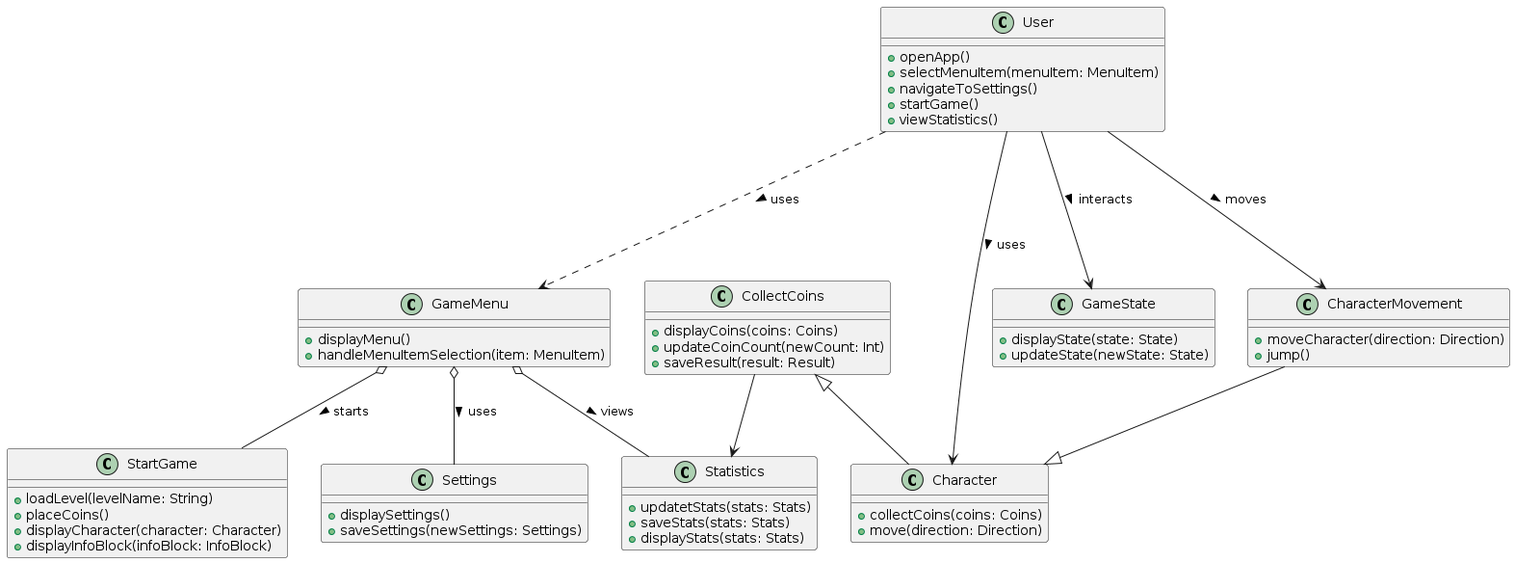
Muuuve/My-Project keeps this PlantUML diagram as docs/class_diagram.png. Above is the earlier version.
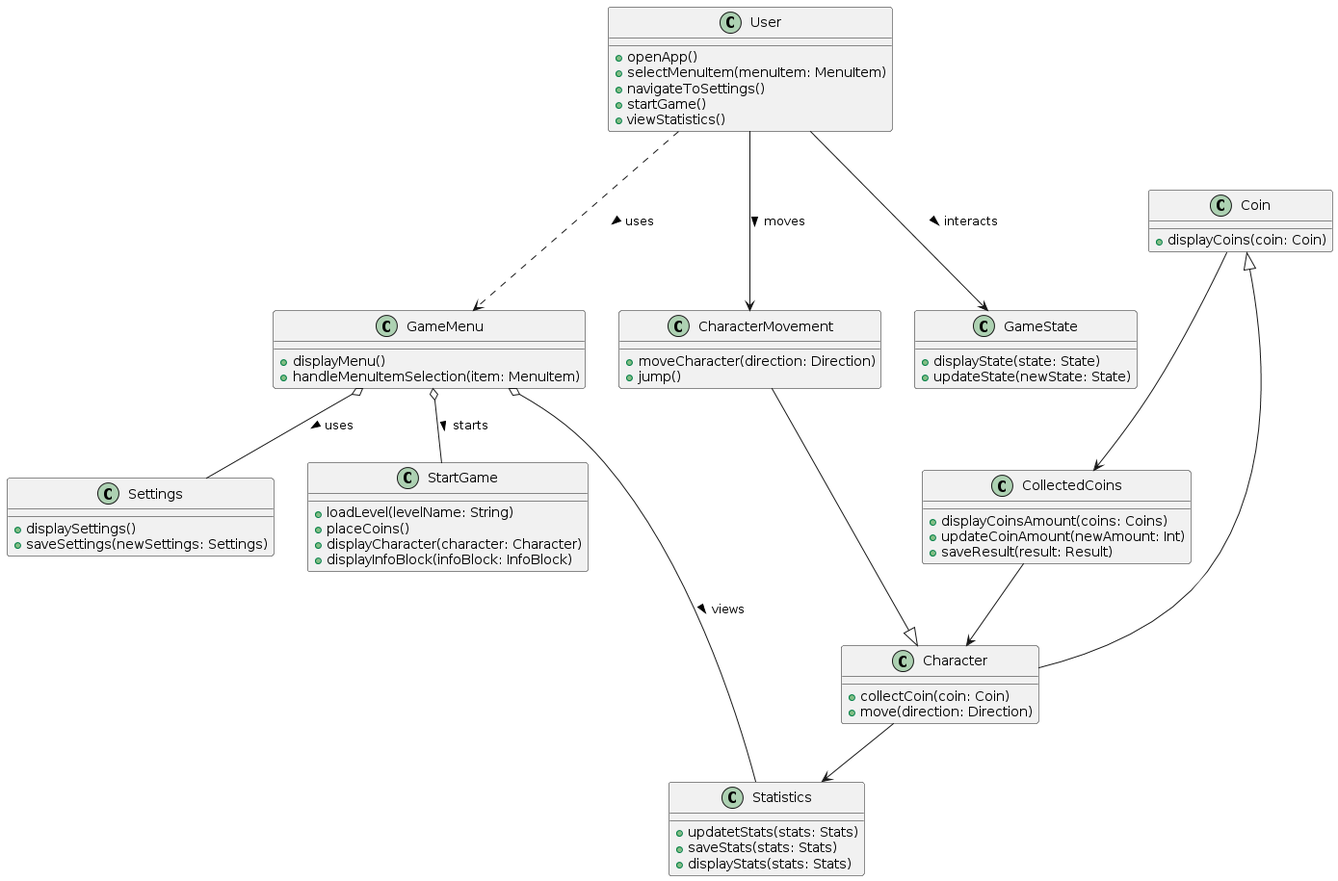
The same diagram one commit later.

Diff of the diagram source:
```diff
@@ -30,10 +30,15 @@
     +displayStats(stats: Stats)
 }
 
-class CollectCoins {
-    +displayCoins(coins: Coins)
-    +updateCoinCount(newCount: Int)
+class CollectedCoins {
+    +displayCoinsAmount(coins: Coins)
+    +updateCoinAmount(newAmount: Int)
     +saveResult(result: Result)
+}
+
+class Coin {
+    +displayCoins(coin: Coin)
+
 }
 
 class CharacterMovement {
@@ -42,7 +47,7 @@
 }
 
 class Character {
-    +collectCoins(coins: Coins)
+    +collectCoin(coin: Coin)
     +move(direction: Direction)
 }
 
@@ -52,15 +57,16 @@
 }
 
 User -.-> GameMenu : uses >
-User --->  Character : uses >
 User --->  CharacterMovement : moves >
 User --->  GameState : interacts >
 GameMenu o-- "StartGame" : starts >
 GameMenu o-- "Settings" : uses >
 GameMenu o-- "Statistics" : views >
-CollectCoins --> "Statistics"
+CollectedCoins --> Character
+Character --> "Statistics"
 
 
-CollectCoins <|-- Character
-CharacterMovement --|> Character
+Coin <|-- Character
+CharacterMovement ---|> Character
+Coin ---> CollectedCoins
 @enduml
```
